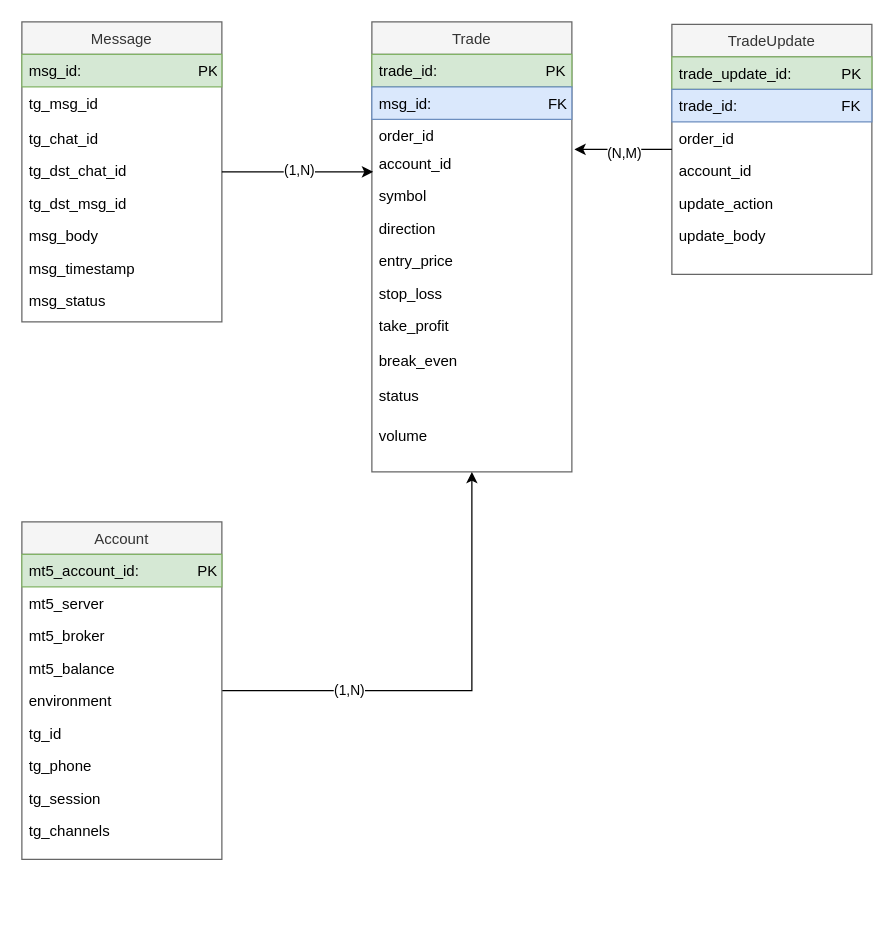
Above: page "Pagina-2" (2 of 2) of MT5-Python-GPT/DataModel-SmartTradeAnalyzer.drawio in LorenzoMaraspin/MT-EA-Indicators (draw.io), before the change. Source tidied: cells renumbered, new cells numbered last; positions are measured from the earlier drawing's top-left corner, leaving out a move shared by most shapes. Both pictures are drawn from the tidied source at 125%, with x=0, y=0 at pixel (21, 21).
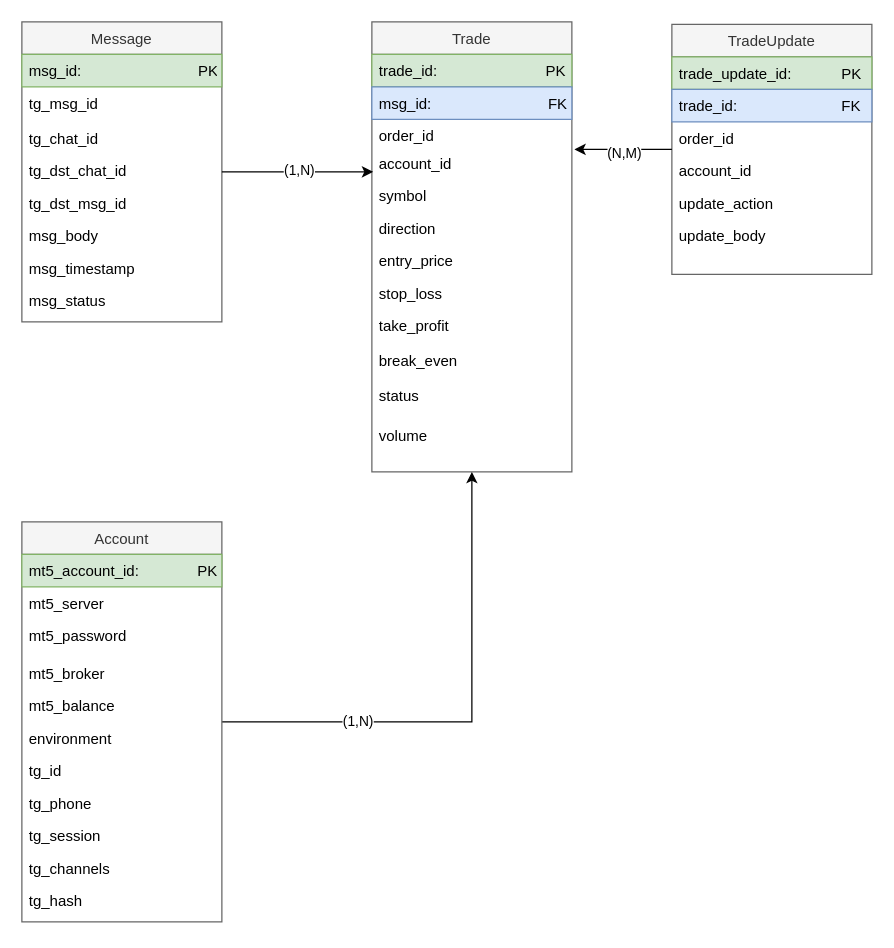
Above is the later version.

The edit, as a diff of the source:
```diff
@@
     <mxCell id="35" value="Account" style="swimlane;fontStyle=0;align=center;verticalAlign=top;horizontal=1;startSize=26;rounded=0;shadow=0;strokeWidth=1;fillColor=#f5f5f5;fontColor=#333333;strokeColor=#666666;" parent="1" vertex="1">
-      <mxGeometry y="400" width="160" height="270" as="geometry" />
+      <mxGeometry y="400" width="160" height="320" as="geometry" />
     </mxCell>
@@
+    <mxCell id="47" value="mt5_password" style="text;align=left;verticalAlign=top;spacingLeft=4;spacingRight=4;overflow=hidden;" parent="35" vertex="1">
+      <mxGeometry y="78" width="160" height="30" as="geometry" />
+    </mxCell>
     <mxCell id="38" value="mt5_broker" style="text;align=left;verticalAlign=top;spacingLeft=4;spacingRight=4;overflow=hidden;" parent="35" vertex="1">
-      <mxGeometry y="78" width="160" height="26" as="geometry" />
+      <mxGeometry y="108" width="160" height="26" as="geometry" />
     </mxCell>
     <mxCell id="39" value="mt5_balance" style="text;align=left;verticalAlign=top;spacingLeft=4;spacingRight=4;overflow=hidden;" parent="35" vertex="1">
-      <mxGeometry y="104" width="160" height="26" as="geometry" />
+      <mxGeometry y="134" width="160" height="26" as="geometry" />
     </mxCell>
     <mxCell id="40" value="environment" style="text;align=left;verticalAlign=top;spacingLeft=4;spacingRight=4;overflow=hidden;" parent="35" vertex="1">
-      <mxGeometry y="130" width="160" height="26" as="geometry" />
+      <mxGeometry y="160" width="160" height="26" as="geometry" />
     </mxCell>
     <mxCell id="41" value="tg_id" style="text;align=left;verticalAlign=top;spacingLeft=4;spacingRight=4;overflow=hidden;" parent="35" vertex="1">
-      <mxGeometry y="156" width="160" height="26" as="geometry" />
+      <mxGeometry y="186" width="160" height="26" as="geometry" />
     </mxCell>
     <mxCell id="42" value="tg_phone" style="text;align=left;verticalAlign=top;spacingLeft=4;spacingRight=4;overflow=hidden;" parent="35" vertex="1">
-      <mxGeometry y="182" width="160" height="26" as="geometry" />
+      <mxGeometry y="212" width="160" height="26" as="geometry" />
     </mxCell>
     <mxCell id="43" value="tg_session" style="text;align=left;verticalAlign=top;spacingLeft=4;spacingRight=4;overflow=hidden;" parent="35" vertex="1">
-      <mxGeometry y="208" width="160" height="26" as="geometry" />
+      <mxGeometry y="238" width="160" height="26" as="geometry" />
     </mxCell>
     <mxCell id="44" value="tg_channels" style="text;align=left;verticalAlign=top;spacingLeft=4;spacingRight=4;overflow=hidden;" parent="35" vertex="1">
-      <mxGeometry y="234" width="160" height="36" as="geometry" />
+      <mxGeometry y="264" width="160" height="26" as="geometry" />
     </mxCell>
+    <mxCell id="48" value="tg_hash" style="text;align=left;verticalAlign=top;spacingLeft=4;spacingRight=4;overflow=hidden;" parent="35" vertex="1">
+      <mxGeometry y="290" width="160" height="30" as="geometry" />
+    </mxCell>
```
